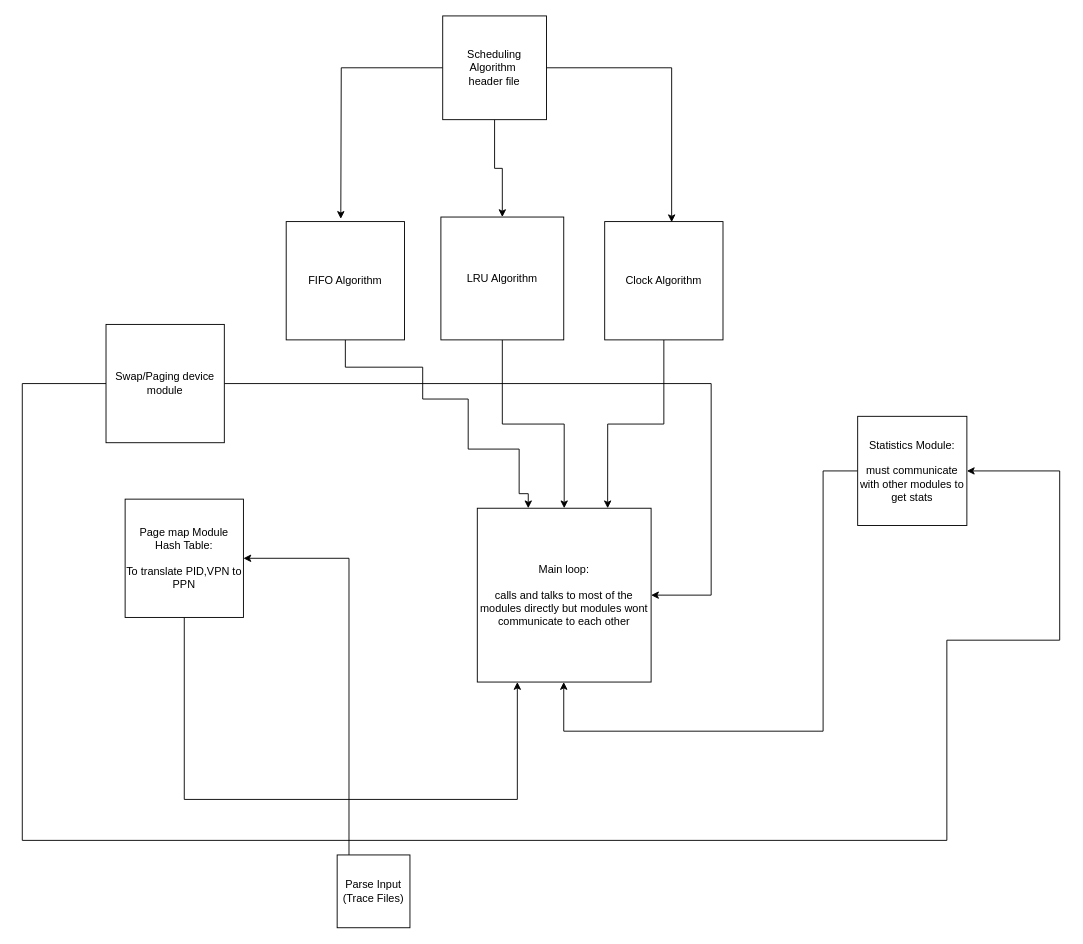
The draw.io diagram prog4diagram.drawio in jpanackal/CS354, before the edit. Source tidied: cells renumbered, new cells numbered last; positions are measured from the earlier drawing's top-left corner, leaving out a move shared by most shapes. Both pictures are drawn from the tidied source at 91%, with x=0, y=0 at pixel (22, 15).
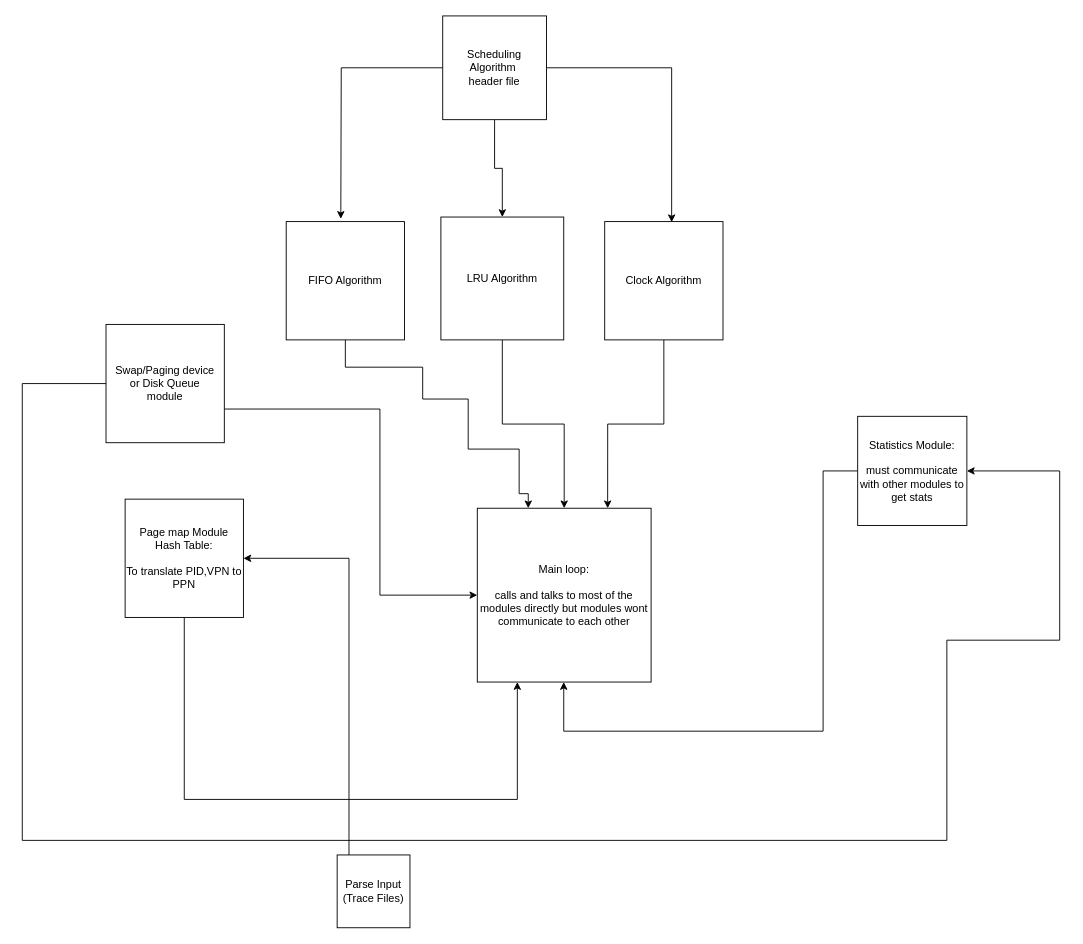
The same diagram, later.

Unchanged cells that the change refers to:
```xml
<mxCell id="2" value="Main loop:&lt;br&gt;&lt;br&gt;calls and talks to most of the modules directly but modules wont communicate to each other" style="whiteSpace=wrap;html=1;" parent="1" vertex="1">
  <mxGeometry x="500" y="541" width="191" height="191" as="geometry" />
</mxCell>
```

What changed in the source:
```diff
@@
-    <mxCell id="5" style="edgeStyle=orthogonalEdgeStyle;rounded=0;jettySize=auto;html=1;entryX=1;entryY=0.5;entryDx=0;entryDy=0;" parent="1" edge="1" source="7" target="2">
+    <mxCell id="5" style="edgeStyle=orthogonalEdgeStyle;rounded=0;jettySize=auto;html=1;entryX=0;entryY=0.5;entryDx=0;entryDy=0;" parent="1" edge="1" source="7" target="2">
       <mxGeometry relative="1" as="geometry">
         <Array as="points">
-          <mxPoint x="757" y="404" />
-          <mxPoint x="757" y="637" />
+          <mxPoint x="393" y="432" />
+          <mxPoint x="393" y="637" />
         </Array>
       </mxGeometry>
     </mxCell>
@@
-    <mxCell id="7" value="Swap/Paging device module" style="whiteSpace=wrap;html=1;" parent="1" vertex="1">
+    <mxCell id="7" value="Swap/Paging device &lt;br&gt;or Disk Queue&lt;br&gt;module" style="whiteSpace=wrap;html=1;" parent="1" vertex="1">
       <mxGeometry x="92" y="339" width="130" height="130" as="geometry" />
     </mxCell>
```
